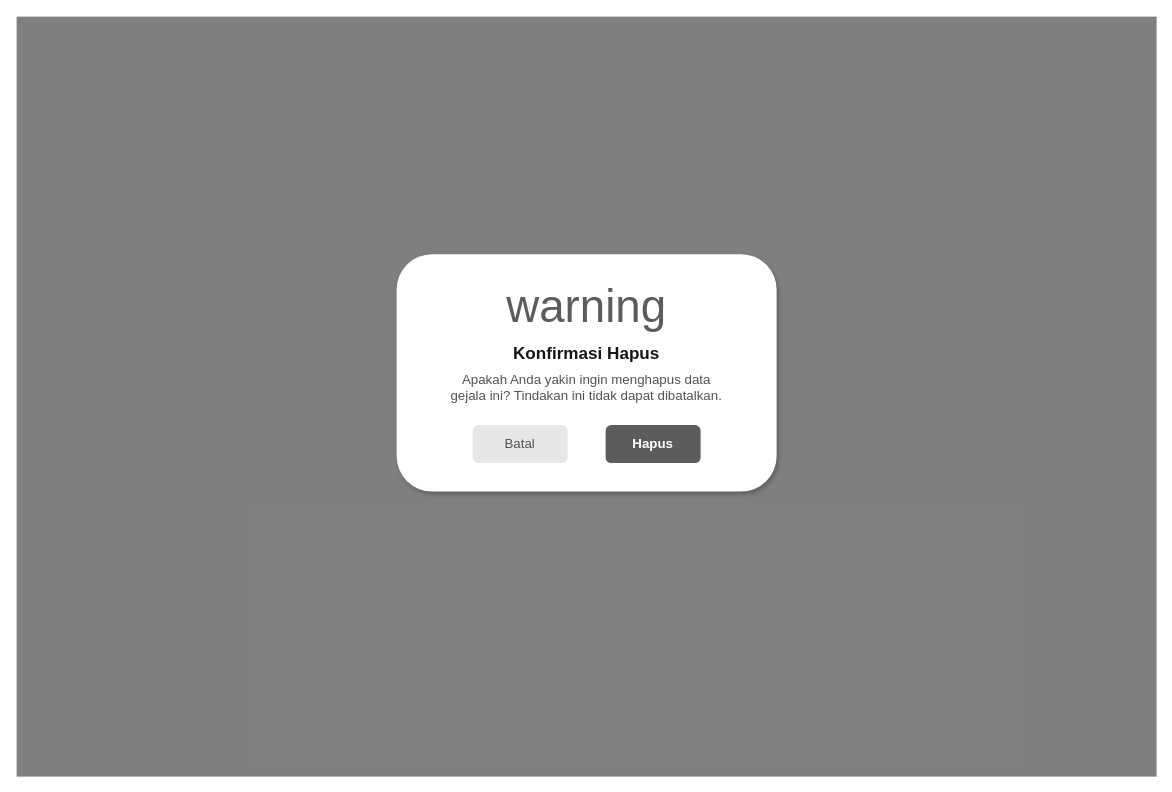
Above: diagram/desain_backup/admin-hapus-gejala.drawio in RajaSunrise/kangkungku (draw.io), before the change. Source tidied: cells renumbered, new cells numbered last; positions are measured from the earlier drawing's top-left corner, leaving out a move shared by most shapes. Both pictures are drawn from the tidied source at 95%, with x=0, y=0 at pixel (16, 16).
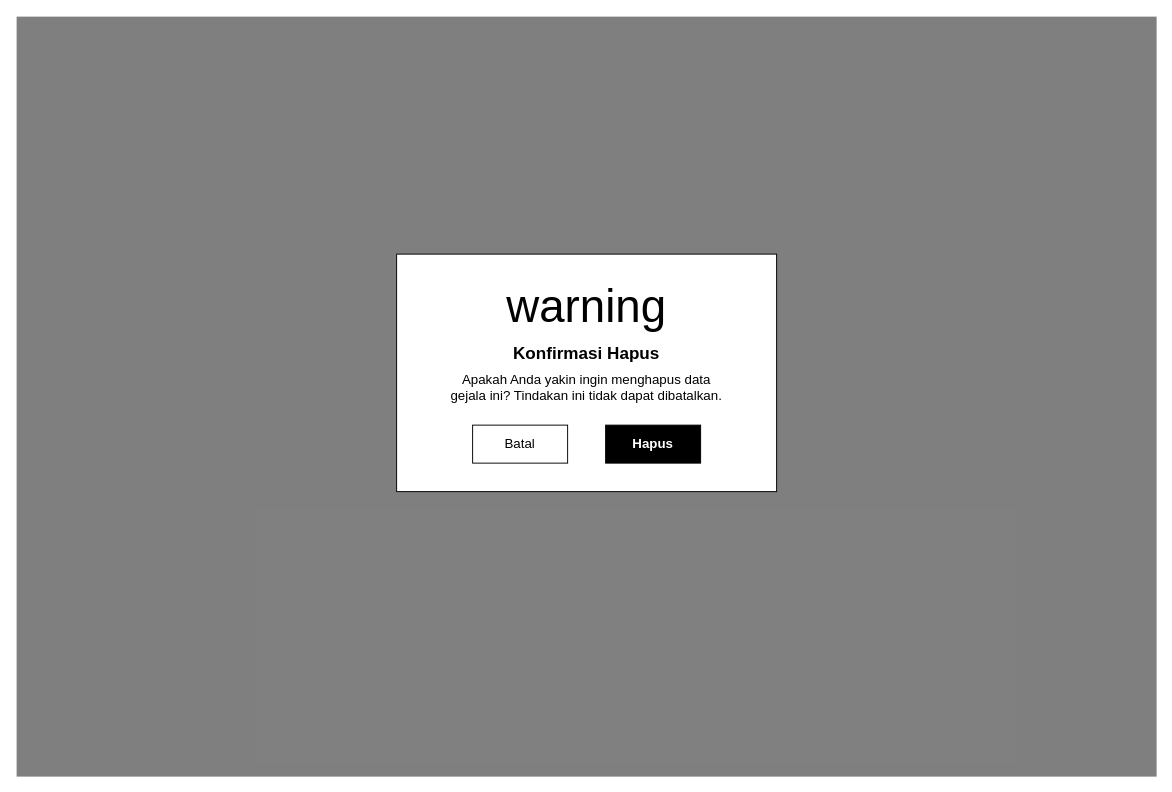
The same diagram, later.

The edit, as a diff of the source:
```diff
@@
 <mxGraphModel>
   <root>
     <mxCell id="0" />
     <mxCell id="1" parent="0" />
     <mxCell id="2" style="rounded=0;whiteSpace=wrap;html=1;fillColor=#000000;fillOpacity=50;strokeColor=none;" parent="1" vertex="1">
       <mxGeometry width="1200" height="800" as="geometry" />
     </mxCell>
-    <mxCell id="3" style="rounded=1;whiteSpace=wrap;html=1;fillColor=#FFFFFF;strokeColor=none;shadow=1;" parent="1" vertex="1">
+    <mxCell id="3" style="rounded=0;whiteSpace=wrap;html=1;fillColor=#FFFFFF;strokeColor=#000000;" parent="1" vertex="1">
       <mxGeometry x="400" y="250" width="400" height="250" as="geometry" />
     </mxCell>
-    <mxCell id="4" value="warning" style="text;html=1;strokeColor=none;fillColor=none;align=center;verticalAlign=middle;whiteSpace=wrap;rounded=0;fontColor=#5C5C5C;fontSize=48;fontFamily=Material Icons;" parent="1" vertex="1">
+    <mxCell id="4" value="warning" style="text;html=1;strokeColor=none;fillColor=none;align=center;verticalAlign=middle;whiteSpace=wrap;rounded=0;fontColor=#000000;fontSize=48;fontFamily=Material Icons;" parent="1" vertex="1">
       <mxGeometry x="575" y="280" width="50" height="50" as="geometry" />
     </mxCell>
-    <mxCell id="5" value="Konfirmasi Hapus" style="text;html=1;strokeColor=none;fillColor=none;align=center;verticalAlign=middle;whiteSpace=wrap;rounded=0;fontColor=#151515;fontSize=18;fontStyle=1;" parent="1" vertex="1">
+    <mxCell id="5" value="Konfirmasi Hapus" style="text;html=1;strokeColor=none;fillColor=none;align=center;verticalAlign=middle;whiteSpace=wrap;rounded=0;fontColor=#000000;fontSize=18;fontStyle=1;" parent="1" vertex="1">
       <mxGeometry x="450" y="340" width="300" height="30" as="geometry" />
     </mxCell>
-    <mxCell id="6" value="Apakah Anda yakin ingin menghapus data gejala ini? Tindakan ini tidak dapat dibatalkan." style="text;html=1;strokeColor=none;fillColor=none;align=center;verticalAlign=middle;whiteSpace=wrap;rounded=0;fontColor=#535353;fontSize=14;" parent="1" vertex="1">
+    <mxCell id="6" value="Apakah Anda yakin ingin menghapus data gejala ini? Tindakan ini tidak dapat dibatalkan." style="text;html=1;strokeColor=none;fillColor=none;align=center;verticalAlign=middle;whiteSpace=wrap;rounded=0;fontColor=#000000;fontSize=14;" parent="1" vertex="1">
       <mxGeometry x="450" y="370" width="300" height="40" as="geometry" />
     </mxCell>
-    <mxCell id="7" value="Batal" style="rounded=1;whiteSpace=wrap;html=1;fillColor=#E6E6E6;strokeColor=none;fontColor=#535353;fontSize=14;" parent="1" vertex="1">
+    <mxCell id="7" value="Batal" style="rounded=0;whiteSpace=wrap;html=1;fillColor=#FFFFFF;strokeColor=#000000;fontColor=#000000;fontSize=14;" parent="1" vertex="1">
       <mxGeometry x="480" y="430" width="100" height="40" as="geometry" />
     </mxCell>
-    <mxCell id="8" value="Hapus" style="rounded=1;whiteSpace=wrap;html=1;fillColor=#5C5C5C;strokeColor=none;fontColor=#FFFFFF;fontStyle=1;fontSize=14;" parent="1" vertex="1">
+    <mxCell id="8" value="Hapus" style="rounded=0;whiteSpace=wrap;html=1;fillColor=#000000;strokeColor=#000000;fontColor=#FFFFFF;fontStyle=1;fontSize=14;" parent="1" vertex="1">
       <mxGeometry x="620" y="430" width="100" height="40" as="geometry" />
     </mxCell>
   </root>
 </mxGraphModel>
```
